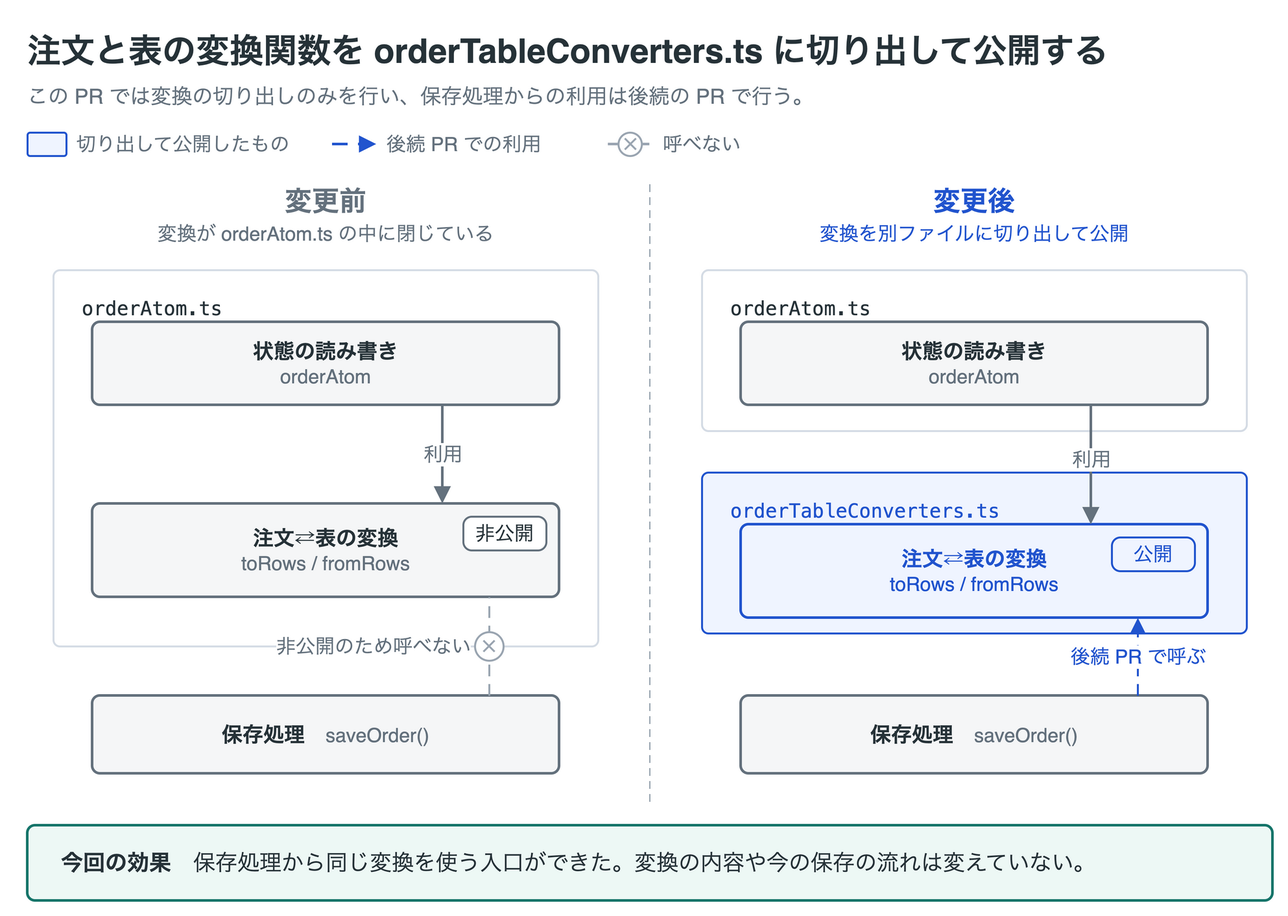
nntto/skills keeps this draw.io diagram as skills/explanatory-diagrams/templates/refactor-extract-module/refactor-extract-module.drawio.png. Above is the earlier version. Source tidied: cells renumbered, new cells last; positions are measured from the earlier drawing's top-left corner, leaving out a move shared by most shapes.
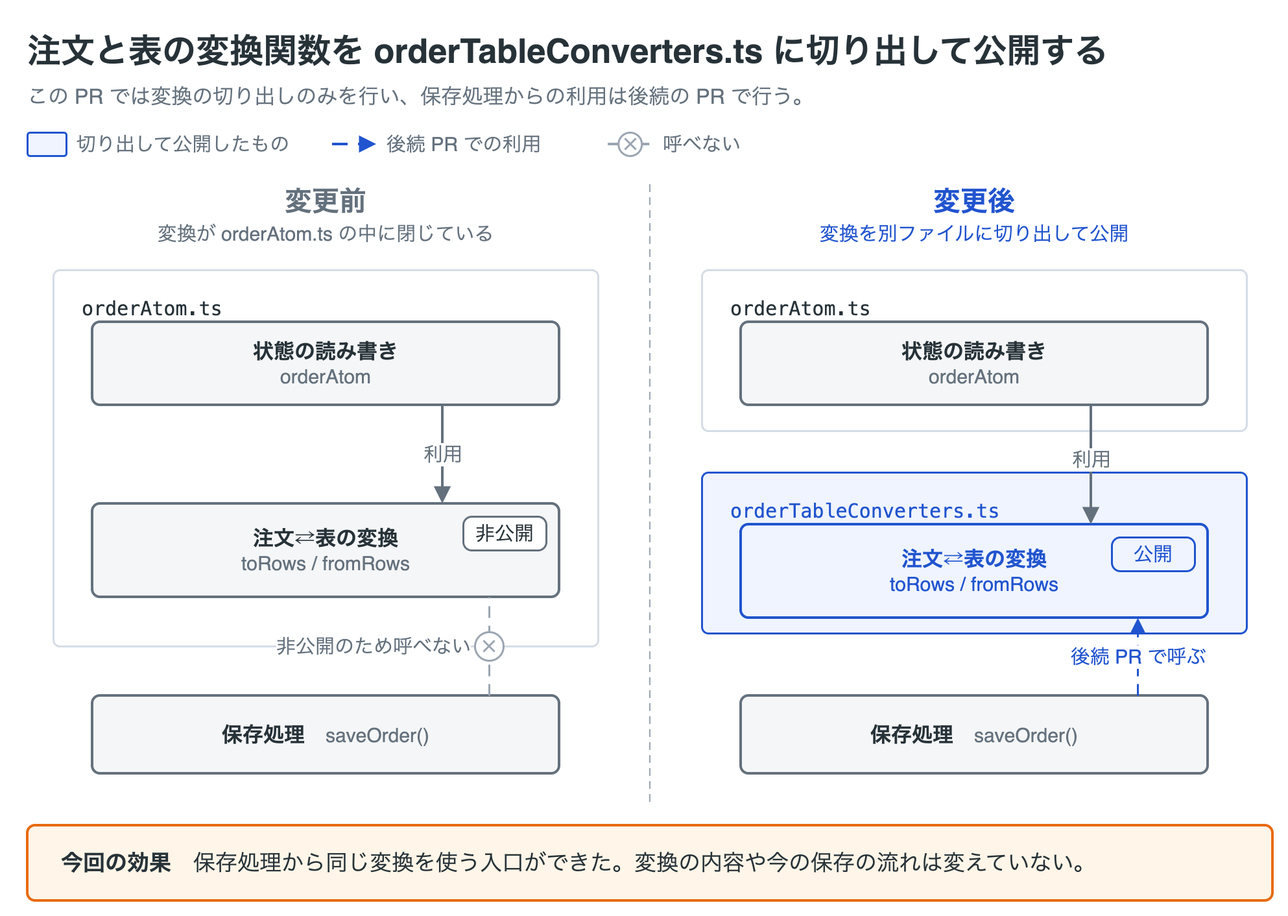
The same file after the commit.

The edit, as a diff of the source:
```diff
@@ -106,7 +106,7 @@
     <mxCell id="32" value="後続 PR で呼ぶ" style="edgeStyle=orthogonalEdgeStyle;rounded=1;html=1;strokeColor=#2154ce;strokeWidth=1.5;endArrow=block;endFill=1;startArrow=none;startFill=1;endSize=8;fontFamily=Helvetica;fontSize=15;fontColor=#2154ce;labelBackgroundColor=#ffffff;dashed=1;dashPattern=6 4;exitX=0.85;exitY=0;exitDx=0;exitDy=0;entryX=0.85;entryY=1;entryDx=0;entryDy=0;" parent="1" edge="1" source="31" target="28">
       <mxGeometry relative="1" as="geometry" />
     </mxCell>
-    <mxCell id="33" value="&lt;b&gt;今回の効果&lt;/b&gt;　保存処理から同じ変換を使う入口ができた。変換の内容や今の保存の流れは変えていない。" style="rounded=1;absoluteArcSize=1;arcSize=12;whiteSpace=wrap;html=1;fillColor=#edf8f5;strokeColor=#16756a;strokeWidth=2;fontColor=#263238;fontFamily=Helvetica;fontSize=17;align=left;verticalAlign=middle;spacing=10;spacingLeft=16;" parent="1" vertex="1">
+    <mxCell id="33" value="&lt;b&gt;今回の効果&lt;/b&gt;　保存処理から同じ変換を使う入口ができた。変換の内容や今の保存の流れは変えていない。" style="rounded=1;absoluteArcSize=1;arcSize=12;whiteSpace=wrap;html=1;fillColor=#fff5e8;strokeColor=#e86b10;strokeWidth=2;fontColor=#263238;fontFamily=Helvetica;fontSize=17;align=left;verticalAlign=middle;spacing=10;spacingLeft=16;" parent="1" vertex="1">
       <mxGeometry y="616" width="960" height="58" as="geometry" />
     </mxCell>
   </root>
```
